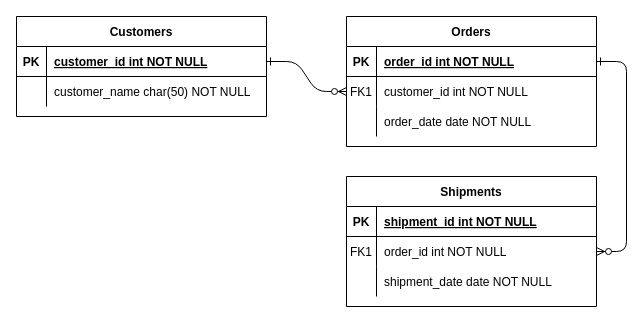
This is docs/changeable.drawio from takeruun/changeable-blog-api, a draw.io file, before an edit. Source tidied: cells renumbered, new cells numbered last; positions are measured from the earlier drawing's top-left corner, leaving out a move shared by most shapes. Both pictures are drawn from the tidied source at 100%, with x=0, y=0 at pixel (16, 16).
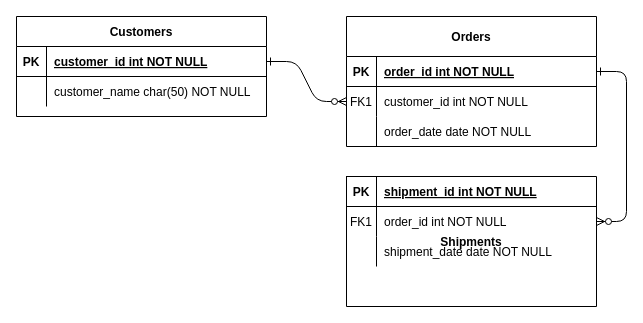
Above is the later version.

Commit message:
changeable.drawio を更新します

Change to the diagram source:
```diff
@@
-    <mxCell id="4" value="Orders" style="shape=table;startSize=30;childLayout=tableLayout;rowLines=0;fontStyle=1;align=center;" parent="1" vertex="1">
+    <mxCell id="4" value="Orders" style="shape=table;startSize=40;childLayout=tableLayout;rowLines=0;fontStyle=1;align=center;" parent="1" vertex="1">
       <mxGeometry x="330" width="250" height="130" as="geometry" />
     </mxCell>
     <mxCell id="5" style="shape=partialRectangle;fillColor=none;points=[[0,0.5],[1,0.5]];portConstraint=eastwest;top=0;left=0;right=0;bottom=1;" parent="4" vertex="1">
-      <mxGeometry y="30" width="250" height="30" as="geometry" />
+      <mxGeometry y="40" width="250" height="30" as="geometry" />
     </mxCell>
@@
     <mxCell id="8" style="shape=partialRectangle;fillColor=none;points=[[0,0.5],[1,0.5]];portConstraint=eastwest;top=0;left=0;right=0;bottom=0;" parent="4" vertex="1">
-      <mxGeometry y="60" width="250" height="30" as="geometry" />
+      <mxGeometry y="70" width="250" height="30" as="geometry" />
     </mxCell>
@@
     <mxCell id="11" style="shape=partialRectangle;fillColor=none;top=0;left=0;right=0;bottom=0;" parent="4" vertex="1">
-      <mxGeometry y="90" width="250" height="30" as="geometry" />
+      <mxGeometry y="100" width="250" height="30" as="geometry" />
     </mxCell>
@@
-    <mxCell id="14" value="Shipments" style="shape=table;startSize=30;childLayout=tableLayout;rowLines=0;fontStyle=1;align=center;" parent="1" vertex="1">
+    <mxCell id="14" value="Shipments" style="shape=table;startSize=0;childLayout=tableLayout;rowLines=0;fontStyle=1;align=center;" parent="1" vertex="1">
       <mxGeometry x="330" y="160" width="250" height="130" as="geometry" />
     </mxCell>
     <mxCell id="15" style="shape=partialRectangle;fillColor=none;top=0;left=0;right=0;bottom=1;" parent="14" vertex="1">
-      <mxGeometry y="30" width="250" height="30" as="geometry" />
+      <mxGeometry width="250" height="30" as="geometry" />
     </mxCell>
@@
     <mxCell id="18" style="shape=partialRectangle;fillColor=none;points=[[0,0.5],[1,0.5]];portConstraint=eastwest;top=0;left=0;right=0;bottom=0;" parent="14" vertex="1">
-      <mxGeometry y="60" width="250" height="30" as="geometry" />
+      <mxGeometry y="30" width="250" height="30" as="geometry" />
     </mxCell>
@@
     <mxCell id="21" style="shape=partialRectangle;fillColor=none;top=0;left=0;right=0;bottom=0;" parent="14" vertex="1">
-      <mxGeometry y="90" width="250" height="30" as="geometry" />
+      <mxGeometry y="60" width="250" height="30" as="geometry" />
     </mxCell>
```
